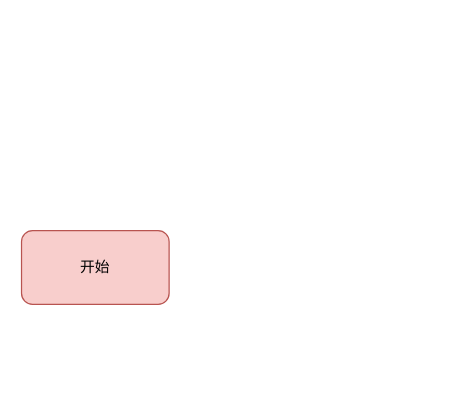
Before: 未命名绘图.drawio in javakenny/Drawio, a draw.io diagram. Source tidied: cells renumbered, new cells numbered last; positions are measured from the earlier drawing's top-left corner, leaving out a move shared by most shapes. Both pictures are drawn from the tidied source at 123%, with x=0, y=0 at pixel (21, 230).
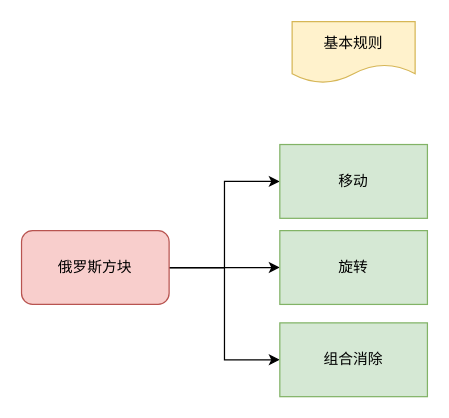
The same page after the edit.

Commit message (it also covers changes not shown here):
更新未命名绘图.drawio

Diff of the diagram source:
```diff
@@
 <mxGraphModel>
   <root>
     <mxCell id="0" />
     <mxCell id="1" parent="0" />
+    <mxCell id="3" style="edgeStyle=orthogonalEdgeStyle;rounded=0;jettySize=auto;html=1;entryX=0;entryY=0.5;entryDx=0;entryDy=0;" parent="1" edge="1" source="2" target="6">
+      <mxGeometry relative="1" as="geometry" />
+    </mxCell>
+    <mxCell id="4" style="edgeStyle=orthogonalEdgeStyle;rounded=0;jettySize=auto;html=1;entryX=0;entryY=0.5;entryDx=0;entryDy=0;" parent="1" edge="1" source="2" target="7">
+      <mxGeometry relative="1" as="geometry" />
+    </mxCell>
+    <mxCell id="5" style="edgeStyle=orthogonalEdgeStyle;rounded=0;jettySize=auto;html=1;entryX=0;entryY=0.5;entryDx=0;entryDy=0;" parent="1" edge="1" source="2" target="8">
+      <mxGeometry relative="1" as="geometry" />
+    </mxCell>
-    <mxCell id="2" value="开始" style="rounded=1;whiteSpace=wrap;html=1;fillColor=#f8cecc;strokeColor=#b85450;" parent="1" vertex="1">
+    <mxCell id="2" value="俄罗斯方块" style="rounded=1;whiteSpace=wrap;html=1;fillColor=#f8cecc;strokeColor=#b85450;" parent="1" vertex="1">
       <mxGeometry width="120" height="60" as="geometry" />
     </mxCell>
+    <mxCell id="6" value="移动" style="rounded=0;whiteSpace=wrap;html=1;fillColor=#d5e8d4;strokeColor=#82b366;" parent="1" vertex="1">
+      <mxGeometry x="210" y="-70" width="120" height="60" as="geometry" />
+    </mxCell>
+    <mxCell id="7" value="旋转" style="rounded=0;whiteSpace=wrap;html=1;fillColor=#d5e8d4;strokeColor=#82b366;" parent="1" vertex="1">
+      <mxGeometry x="210" width="120" height="60" as="geometry" />
+    </mxCell>
+    <mxCell id="8" value="组合消除" style="rounded=0;whiteSpace=wrap;html=1;fillColor=#d5e8d4;strokeColor=#82b366;" parent="1" vertex="1">
+      <mxGeometry x="210" y="75" width="120" height="60" as="geometry" />
+    </mxCell>
+    <mxCell id="9" value="基本规则" style="shape=document;whiteSpace=wrap;html=1;boundedLbl=1;fillColor=#fff2cc;strokeColor=#d6b656;" parent="1" vertex="1">
+      <mxGeometry x="220" y="-170" width="100" height="50" as="geometry" />
+    </mxCell>
   </root>
 </mxGraphModel>
```
